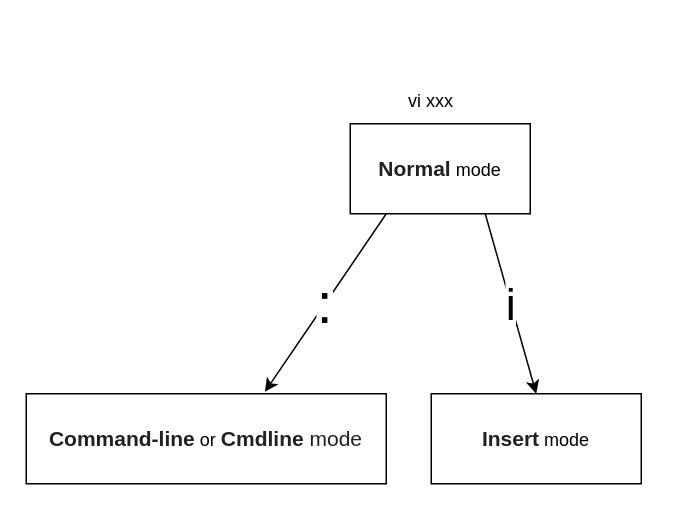
Earlier version of the draw.io diagram Untitled Diagram.drawio (jiakuanghe/playrepo). Source tidied: cells renumbered, new cells numbered last; positions are measured from the earlier drawing's top-left corner, leaving out a move shared by most shapes. Both pictures are drawn from the tidied source at 150%, with x=0, y=0 at pixel (26, 78).
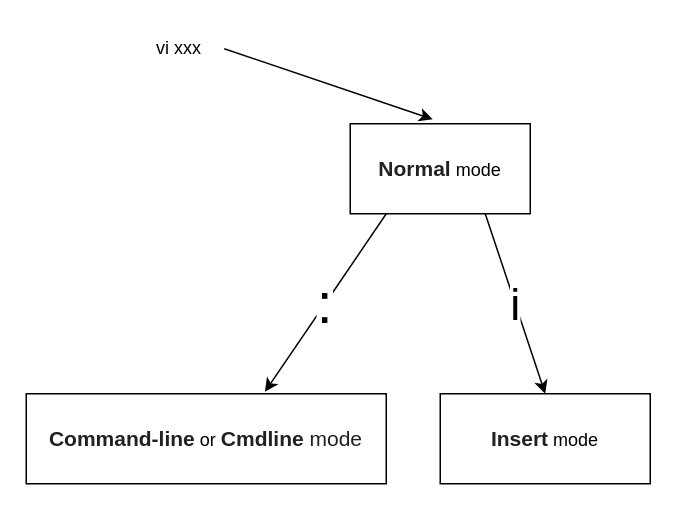
Above is the later version.

What changed in the source:
```diff
@@
 <mxGraphModel>
   <root>
     <mxCell id="0" />
     <mxCell id="1" parent="0" />
     <mxCell id="2" value="&lt;b style=&quot;color: rgb(32, 33, 34); font-family: sans-serif; font-size: 14px; text-align: left; background-color: rgb(255, 255, 255);&quot;&gt;Normal&lt;/b&gt;&amp;nbsp;mode" style="rounded=0;whiteSpace=wrap;html=1;" parent="1" vertex="1">
       <mxGeometry x="216" y="30" width="120" height="60" as="geometry" />
     </mxCell>
-    <mxCell id="3" value="vi xxx" style="text;html=1;strokeColor=none;fillColor=none;align=center;verticalAlign=middle;whiteSpace=wrap;rounded=0;" parent="1" vertex="1">
-      <mxGeometry x="240" width="60" height="30" as="geometry" />
-    </mxCell>
     <mxCell id="4" value="&lt;b style=&quot;color: rgb(32, 33, 34); font-family: sans-serif; font-size: 14px; text-align: left; background-color: rgb(255, 255, 255);&quot;&gt;Command-line&lt;/b&gt;&amp;nbsp;or&amp;nbsp;&lt;b style=&quot;color: rgb(32, 33, 34); font-family: sans-serif; font-size: 14px; text-align: left; background-color: rgb(255, 255, 255);&quot;&gt;Cmdline&lt;/b&gt;&lt;span style=&quot;color: rgb(32, 33, 34); font-family: sans-serif; font-size: 14px; text-align: left; background-color: rgb(255, 255, 255);&quot;&gt;&amp;nbsp;mode&lt;/span&gt;" style="rounded=0;whiteSpace=wrap;html=1;" parent="1" vertex="1">
       <mxGeometry y="210" width="240" height="60" as="geometry" />
     </mxCell>
     <mxCell id="5" value="&lt;font style=&quot;font-size: 38px;&quot;&gt;:&lt;/font&gt;" style="endArrow=classic;html=1;rounded=0;exitX=0.663;exitY=-0.022;exitDx=0;exitDy=0;exitPerimeter=0;entryX=0.663;entryY=-0.022;entryDx=0;entryDy=0;entryPerimeter=0;" parent="1" edge="1" target="4">
       <mxGeometry relative="1" as="geometry">
         <mxPoint x="240" y="90" as="sourcePoint" />
         <Array as="points">
           <mxPoint x="206" y="140" />
         </Array>
       </mxGeometry>
     </mxCell>
     <mxCell id="6" value="&lt;b style=&quot;color: rgb(32, 33, 34); font-family: sans-serif; font-size: 14px; text-align: left; background-color: rgb(255, 255, 255);&quot;&gt;Insert&lt;/b&gt;&amp;nbsp;mode" style="rounded=0;whiteSpace=wrap;html=1;fontSize=12;" parent="1" vertex="1">
-      <mxGeometry x="270" y="210" width="140" height="60" as="geometry" />
+      <mxGeometry x="276" y="210" width="140" height="60" as="geometry" />
     </mxCell>
     <mxCell id="7" value="i" style="endArrow=classic;html=1;rounded=0;fontSize=30;entryX=0.5;entryY=0;entryDx=0;entryDy=0;exitX=0.75;exitY=1;exitDx=0;exitDy=0;" parent="1" edge="1" source="2" target="6">
       <mxGeometry relative="1" as="geometry" />
     </mxCell>
+    <mxCell id="3" value="vi xxx" style="text;html=1;strokeColor=none;fillColor=none;align=center;verticalAlign=middle;whiteSpace=wrap;rounded=0;" parent="1" vertex="1">
+      <mxGeometry x="72" y="-35" width="60" height="30" as="geometry" />
+    </mxCell>
+    <mxCell id="8" style="endArrow=classic;html=1;rounded=0;fontSize=30;exitX=1;exitY=0.5;exitDx=0;exitDy=0;entryX=0.458;entryY=-0.05;entryDx=0;entryDy=0;entryPerimeter=0;" parent="1" edge="1" source="3" target="2">
+      <mxGeometry relative="1" as="geometry" />
+    </mxCell>
   </root>
 </mxGraphModel>
```
